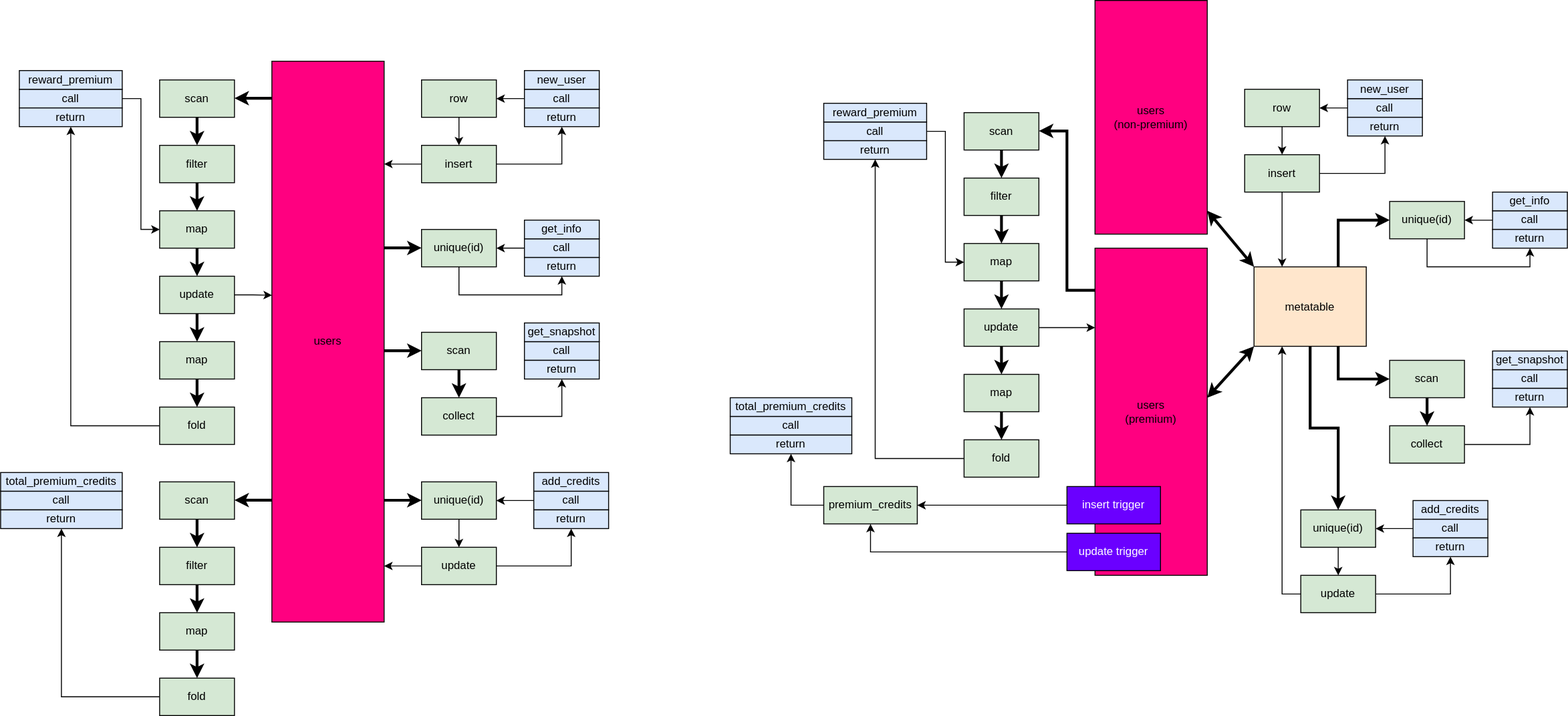
Earlier version of the draw.io export docs/diagrams/users_test_query.drawio.svg (OliverKillane/emDB). Source tidied: cells renumbered, new cells last; positions are measured from the earlier drawing's top-left corner, leaving out a move shared by most shapes.
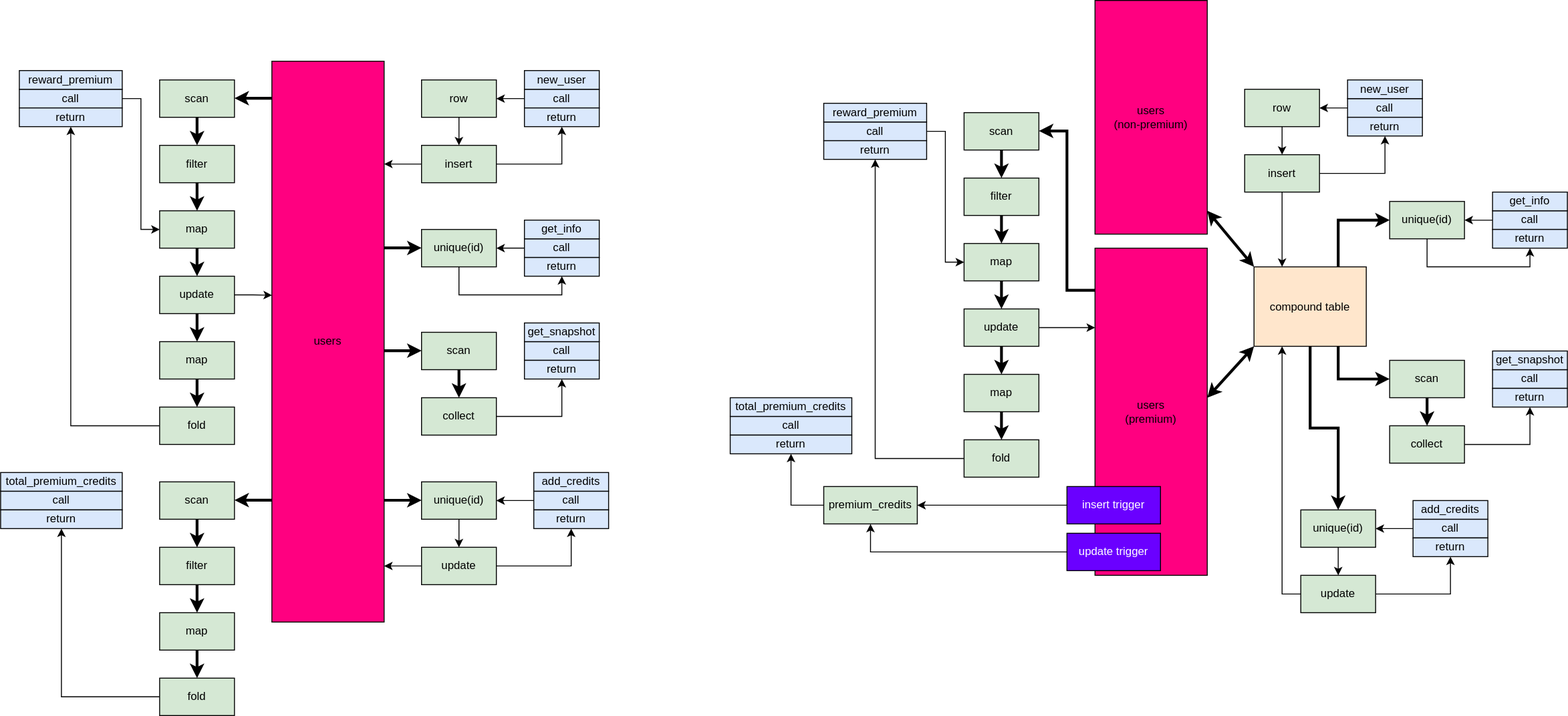
After the change.

Commit message:
Added dummy foo function to test query mock

What changed in the source:
```diff
@@ -231,7 +231,7 @@
     <mxCell id="71" style="edgeStyle=orthogonalEdgeStyle;rounded=0;jumpStyle=arc;jumpSize=8;jettySize=auto;html=1;exitX=0.75;exitY=0;exitDx=0;exitDy=0;entryX=0;entryY=0.5;entryDx=0;entryDy=0;strokeColor=#000000;strokeWidth=3;startArrow=none;startFill=0;fontColor=#000000;" parent="1" edge="1" source="72" target="83">
       <mxGeometry relative="1" as="geometry" />
     </mxCell>
-    <mxCell id="72" value="metatable" style="rounded=0;whiteSpace=wrap;html=1;fillColor=#ffe6cc;strokeColor=#000000;fontColor=#000000;" parent="1" vertex="1">
+    <mxCell id="72" value="compound table" style="rounded=0;whiteSpace=wrap;html=1;fillColor=#ffe6cc;strokeColor=#000000;fontColor=#000000;" parent="1" vertex="1">
       <mxGeometry x="1340" y="285" width="120" height="85" as="geometry" />
     </mxCell>
     <mxCell id="73" style="edgeStyle=orthogonalEdgeStyle;rounded=0;jettySize=auto;html=1;exitX=0.5;exitY=1;exitDx=0;exitDy=0;entryX=0.5;entryY=0;entryDx=0;entryDy=0;fillColor=#d5e8d4;strokeColor=#000000;fontColor=#000000;" parent="1" edge="1" source="74" target="77">
```
